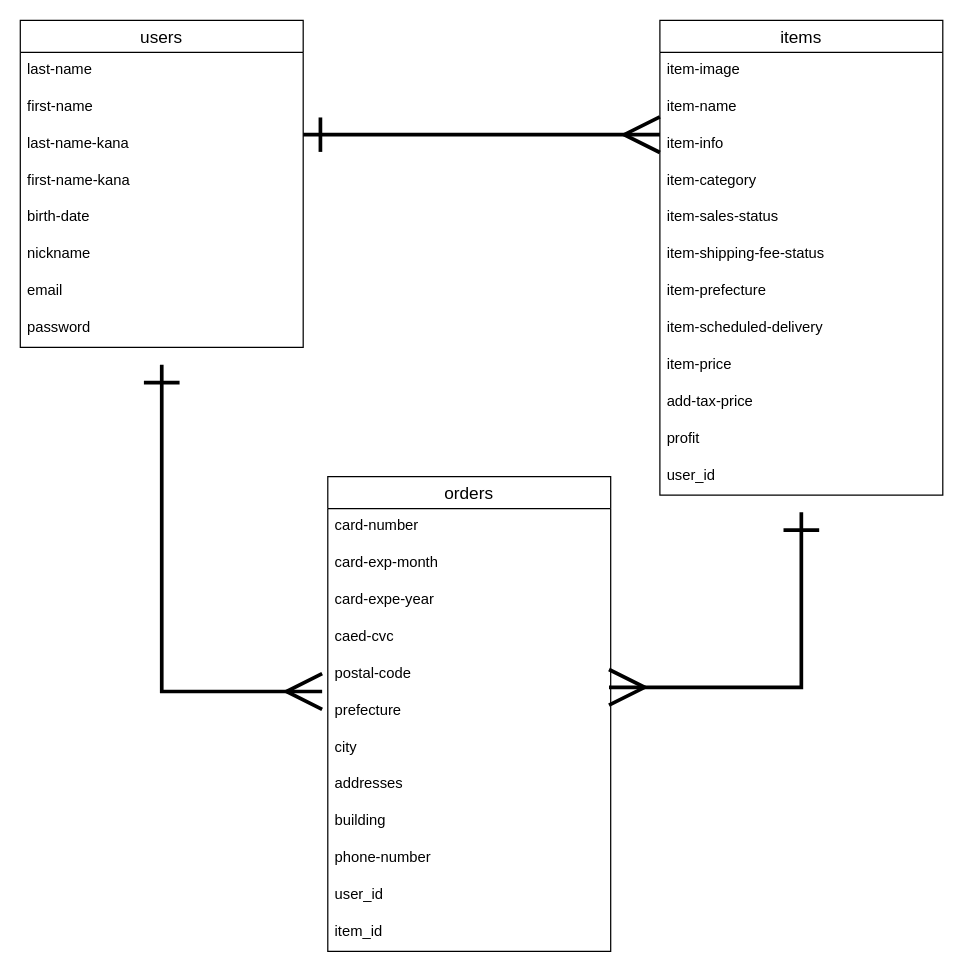
This is furima.dio from shiiizuuukaaa/furima-33391, a draw.io file, before an edit. Source tidied: cells renumbered, new cells numbered last; positions are measured from the earlier drawing's top-left corner, leaving out a move shared by most shapes. Both pictures are drawn from the tidied source at 123%, with x=0, y=0 at pixel (20, 20).
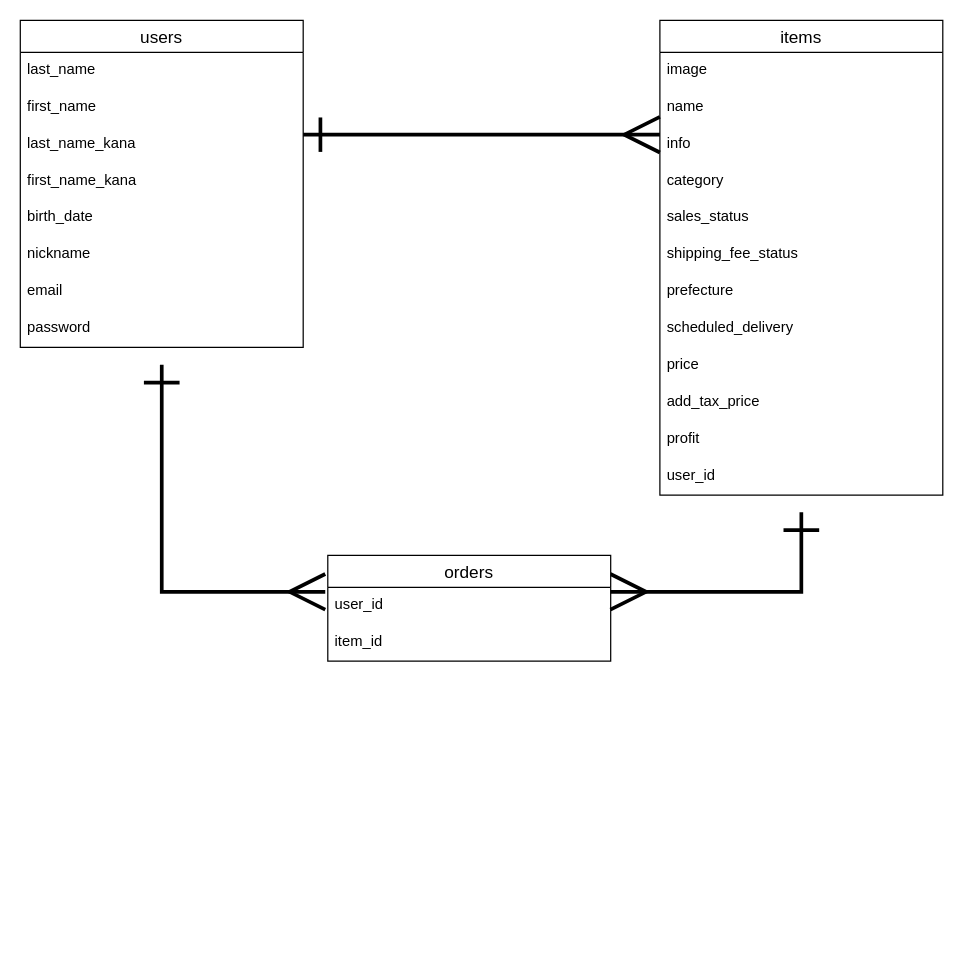
After the change.

The change refers to these unchanged cells:
```xml
<mxCell id="3" value="users" style="swimlane;fontStyle=0;horizontal=1;startSize=26;align=center;fontSize=14;" parent="1" vertex="1">
  <mxGeometry width="230" height="266" as="geometry" />
</mxCell>
<mxCell id="13" value="items" style="swimlane;fontStyle=0;horizontal=1;startSize=26;align=center;fontSize=14;" parent="1" vertex="1">
  <mxGeometry x="520" width="230" height="386" as="geometry" />
</mxCell>
```

What changed in the source:
```diff
@@
-    <mxCell id="2" style="edgeStyle=orthogonalEdgeStyle;rounded=0;jumpSize=10;jettySize=auto;html=1;entryX=-0.02;entryY=-0.044;entryDx=0;entryDy=0;entryPerimeter=0;startArrow=ERone;startFill=0;startSize=25;sourcePerimeterSpacing=14;endArrow=ERmany;endFill=0;endSize=25;targetPerimeterSpacing=0;strokeWidth=3;" parent="1" edge="1" source="3" target="32">
-      <mxGeometry relative="1" as="geometry" />
-    </mxCell>
+    <mxCell id="40" style="edgeStyle=orthogonalEdgeStyle;rounded=0;jumpSize=10;jettySize=auto;html=1;entryX=-0.009;entryY=0.122;entryDx=0;entryDy=0;entryPerimeter=0;startArrow=ERone;startFill=0;startSize=25;sourcePerimeterSpacing=14;endArrow=ERmany;endFill=0;endSize=25;targetPerimeterSpacing=0;strokeWidth=3;" parent="1" edge="1" source="3" target="37">
+      <mxGeometry relative="1" as="geometry" />
+    </mxCell>
@@
-    <mxCell id="4" value="last-name" style="text;strokeColor=none;fillColor=none;spacingLeft=4;spacingRight=4;overflow=hidden;fontSize=12;" parent="3" vertex="1">
+    <mxCell id="4" value="last_name" style="text;strokeColor=none;fillColor=none;spacingLeft=4;spacingRight=4;overflow=hidden;fontSize=12;" parent="3" vertex="1">
       <mxGeometry y="26" width="230" height="30" as="geometry" />
     </mxCell>
-    <mxCell id="5" value="first-name" style="text;strokeColor=none;fillColor=none;spacingLeft=4;spacingRight=4;overflow=hidden;fontSize=12;" parent="3" vertex="1">
+    <mxCell id="5" value="first_name" style="text;strokeColor=none;fillColor=none;spacingLeft=4;spacingRight=4;overflow=hidden;fontSize=12;" parent="3" vertex="1">
       <mxGeometry y="56" width="230" height="30" as="geometry" />
     </mxCell>
-    <mxCell id="6" value="last-name-kana&#10;" style="text;strokeColor=none;fillColor=none;spacingLeft=4;spacingRight=4;overflow=hidden;fontSize=12;" parent="3" vertex="1">
+    <mxCell id="6" value="last_name_kana&#10;" style="text;strokeColor=none;fillColor=none;spacingLeft=4;spacingRight=4;overflow=hidden;fontSize=12;" parent="3" vertex="1">
       <mxGeometry y="86" width="230" height="30" as="geometry" />
     </mxCell>
-    <mxCell id="7" value="first-name-kana&#10;" style="text;strokeColor=none;fillColor=none;spacingLeft=4;spacingRight=4;overflow=hidden;fontSize=12;" parent="3" vertex="1">
+    <mxCell id="7" value="first_name_kana" style="text;strokeColor=none;fillColor=none;spacingLeft=4;spacingRight=4;overflow=hidden;fontSize=12;" parent="3" vertex="1">
       <mxGeometry y="116" width="230" height="30" as="geometry" />
     </mxCell>
-    <mxCell id="8" value="birth-date" style="text;strokeColor=none;fillColor=none;spacingLeft=4;spacingRight=4;overflow=hidden;fontSize=12;" parent="3" vertex="1">
+    <mxCell id="8" value="birth_date" style="text;strokeColor=none;fillColor=none;spacingLeft=4;spacingRight=4;overflow=hidden;fontSize=12;" parent="3" vertex="1">
       <mxGeometry y="146" width="230" height="30" as="geometry" />
     </mxCell>
@@
-    <mxCell id="12" style="edgeStyle=orthogonalEdgeStyle;rounded=0;jumpSize=10;jettySize=auto;html=1;entryX=0.994;entryY=-0.156;entryDx=0;entryDy=0;entryPerimeter=0;startArrow=ERone;startFill=0;startSize=25;sourcePerimeterSpacing=14;endArrow=ERmany;endFill=0;endSize=25;targetPerimeterSpacing=0;strokeWidth=3;" parent="1" edge="1" source="13" target="32">
-      <mxGeometry relative="1" as="geometry" />
-    </mxCell>
+    <mxCell id="41" style="edgeStyle=orthogonalEdgeStyle;rounded=0;jumpSize=10;jettySize=auto;html=1;entryX=0.999;entryY=0.122;entryDx=0;entryDy=0;entryPerimeter=0;startArrow=ERone;startFill=0;startSize=25;sourcePerimeterSpacing=14;endArrow=ERmany;endFill=0;endSize=25;targetPerimeterSpacing=0;strokeWidth=3;" parent="1" edge="1" source="13" target="37">
+      <mxGeometry relative="1" as="geometry" />
+    </mxCell>
@@
-    <mxCell id="14" value="item-image" style="text;strokeColor=none;fillColor=none;spacingLeft=4;spacingRight=4;overflow=hidden;fontSize=12;" parent="13" vertex="1">
+    <mxCell id="14" value="image" style="text;strokeColor=none;fillColor=none;spacingLeft=4;spacingRight=4;overflow=hidden;fontSize=12;" parent="13" vertex="1">
       <mxGeometry y="26" width="230" height="30" as="geometry" />
     </mxCell>
-    <mxCell id="15" value="item-name" style="text;strokeColor=none;fillColor=none;spacingLeft=4;spacingRight=4;overflow=hidden;fontSize=12;" parent="13" vertex="1">
+    <mxCell id="15" value="name" style="text;strokeColor=none;fillColor=none;spacingLeft=4;spacingRight=4;overflow=hidden;fontSize=12;" parent="13" vertex="1">
       <mxGeometry y="56" width="230" height="30" as="geometry" />
     </mxCell>
-    <mxCell id="16" value="item-info" style="text;strokeColor=none;fillColor=none;spacingLeft=4;spacingRight=4;overflow=hidden;fontSize=12;" parent="13" vertex="1">
+    <mxCell id="16" value="info" style="text;strokeColor=none;fillColor=none;spacingLeft=4;spacingRight=4;overflow=hidden;fontSize=12;" parent="13" vertex="1">
       <mxGeometry y="86" width="230" height="30" as="geometry" />
     </mxCell>
-    <mxCell id="17" value="item-category" style="text;strokeColor=none;fillColor=none;spacingLeft=4;spacingRight=4;overflow=hidden;fontSize=12;" parent="13" vertex="1">
+    <mxCell id="17" value="category" style="text;strokeColor=none;fillColor=none;spacingLeft=4;spacingRight=4;overflow=hidden;fontSize=12;" parent="13" vertex="1">
       <mxGeometry y="116" width="230" height="30" as="geometry" />
     </mxCell>
-    <mxCell id="18" value="item-sales-status" style="text;strokeColor=none;fillColor=none;spacingLeft=4;spacingRight=4;overflow=hidden;fontSize=12;" parent="13" vertex="1">
+    <mxCell id="18" value="sales_status" style="text;strokeColor=none;fillColor=none;spacingLeft=4;spacingRight=4;overflow=hidden;fontSize=12;" parent="13" vertex="1">
       <mxGeometry y="146" width="230" height="30" as="geometry" />
     </mxCell>
-    <mxCell id="19" value="item-shipping-fee-status" style="text;strokeColor=none;fillColor=none;spacingLeft=4;spacingRight=4;overflow=hidden;fontSize=12;" parent="13" vertex="1">
+    <mxCell id="19" value="shipping_fee_status" style="text;strokeColor=none;fillColor=none;spacingLeft=4;spacingRight=4;overflow=hidden;fontSize=12;" parent="13" vertex="1">
       <mxGeometry y="176" width="230" height="30" as="geometry" />
     </mxCell>
-    <mxCell id="20" value="item-prefecture" style="text;spacingLeft=4;spacingRight=4;overflow=hidden;fontSize=12;verticalAlign=top;" parent="13" vertex="1">
+    <mxCell id="20" value="prefecture" style="text;spacingLeft=4;spacingRight=4;overflow=hidden;fontSize=12;verticalAlign=top;" parent="13" vertex="1">
       <mxGeometry y="206" width="230" height="30" as="geometry" />
     </mxCell>
-    <mxCell id="21" value="item-scheduled-delivery" style="text;spacingLeft=4;spacingRight=4;overflow=hidden;fontSize=12;verticalAlign=top;" parent="13" vertex="1">
+    <mxCell id="21" value="scheduled_delivery" style="text;spacingLeft=4;spacingRight=4;overflow=hidden;fontSize=12;verticalAlign=top;" parent="13" vertex="1">
       <mxGeometry y="236" width="230" height="30" as="geometry" />
     </mxCell>
-    <mxCell id="22" value="item-price" style="text;spacingLeft=4;spacingRight=4;overflow=hidden;fontSize=12;verticalAlign=top;" parent="13" vertex="1">
+    <mxCell id="22" value="price" style="text;spacingLeft=4;spacingRight=4;overflow=hidden;fontSize=12;verticalAlign=top;" parent="13" vertex="1">
       <mxGeometry y="266" width="230" height="30" as="geometry" />
     </mxCell>
-    <mxCell id="23" value="add-tax-price" style="text;spacingLeft=4;spacingRight=4;overflow=hidden;fontSize=12;verticalAlign=top;" parent="13" vertex="1">
+    <mxCell id="23" value="add_tax_price" style="text;spacingLeft=4;spacingRight=4;overflow=hidden;fontSize=12;verticalAlign=top;" parent="13" vertex="1">
       <mxGeometry y="296" width="230" height="30" as="geometry" />
     </mxCell>
@@
     <mxCell id="26" value="orders" style="swimlane;fontStyle=0;horizontal=1;startSize=26;align=center;fontSize=14;" parent="1" vertex="1">
-      <mxGeometry x="250" y="371" width="230" height="386" as="geometry" />
+      <mxGeometry x="250" y="435" width="230" height="86" as="geometry" />
     </mxCell>
-    <mxCell id="27" value="card-number" style="text;strokeColor=none;fillColor=none;spacingLeft=4;spacingRight=4;overflow=hidden;fontSize=12;" parent="26" vertex="1">
-      <mxGeometry y="26" width="230" height="30" as="geometry" />
-    </mxCell>
-    <mxCell id="28" value="card-exp-month" style="text;strokeColor=none;fillColor=none;spacingLeft=4;spacingRight=4;overflow=hidden;fontSize=12;" parent="26" vertex="1">
-      <mxGeometry y="56" width="230" height="30" as="geometry" />
-    </mxCell>
-    <mxCell id="29" value="card-expe-year" style="text;strokeColor=none;fillColor=none;spacingLeft=4;spacingRight=4;overflow=hidden;fontSize=12;" parent="26" vertex="1">
-      <mxGeometry y="86" width="230" height="30" as="geometry" />
-    </mxCell>
-    <mxCell id="30" value="caed-cvc" style="text;strokeColor=none;fillColor=none;spacingLeft=4;spacingRight=4;overflow=hidden;fontSize=12;" parent="26" vertex="1">
-      <mxGeometry y="116" width="230" height="30" as="geometry" />
-    </mxCell>
-    <mxCell id="31" value="postal-code" style="text;strokeColor=none;fillColor=none;spacingLeft=4;spacingRight=4;overflow=hidden;fontSize=12;" parent="26" vertex="1">
-      <mxGeometry y="146" width="230" height="30" as="geometry" />
-    </mxCell>
-    <mxCell id="32" value="prefecture" style="text;strokeColor=none;fillColor=none;spacingLeft=4;spacingRight=4;overflow=hidden;points=[[0,0.5],[1,0.5]];portConstraint=eastwest;fontSize=12;" parent="26" vertex="1">
-      <mxGeometry y="176" width="230" height="30" as="geometry" />
-    </mxCell>
-    <mxCell id="33" value="city" style="text;spacingLeft=4;spacingRight=4;overflow=hidden;fontSize=12;verticalAlign=top;" parent="26" vertex="1">
-      <mxGeometry y="206" width="230" height="30" as="geometry" />
-    </mxCell>
-    <mxCell id="34" value="addresses" style="text;spacingLeft=4;spacingRight=4;overflow=hidden;fontSize=12;verticalAlign=top;" parent="26" vertex="1">
-      <mxGeometry y="236" width="230" height="30" as="geometry" />
-    </mxCell>
-    <mxCell id="35" value="building" style="text;spacingLeft=4;spacingRight=4;overflow=hidden;fontSize=12;verticalAlign=top;" parent="26" vertex="1">
-      <mxGeometry y="266" width="230" height="30" as="geometry" />
-    </mxCell>
-    <mxCell id="36" value="phone-number" style="text;spacingLeft=4;spacingRight=4;overflow=hidden;fontSize=12;verticalAlign=top;" parent="26" vertex="1">
-      <mxGeometry y="296" width="230" height="30" as="geometry" />
-    </mxCell>
     <mxCell id="37" value="user_id" style="text;spacingLeft=4;spacingRight=4;overflow=hidden;points=[[0,0.5],[1,0.5]];portConstraint=eastwest;fontSize=12;verticalAlign=top;" parent="26" vertex="1">
-      <mxGeometry y="326" width="230" height="30" as="geometry" />
+      <mxGeometry y="26" width="230" height="30" as="geometry" />
     </mxCell>
     <mxCell id="38" value="item_id" style="text;spacingLeft=4;spacingRight=4;overflow=hidden;fontSize=12;verticalAlign=top;" parent="26" vertex="1">
-      <mxGeometry y="356" width="230" height="30" as="geometry" />
+      <mxGeometry y="56" width="230" height="30" as="geometry" />
     </mxCell>
```
